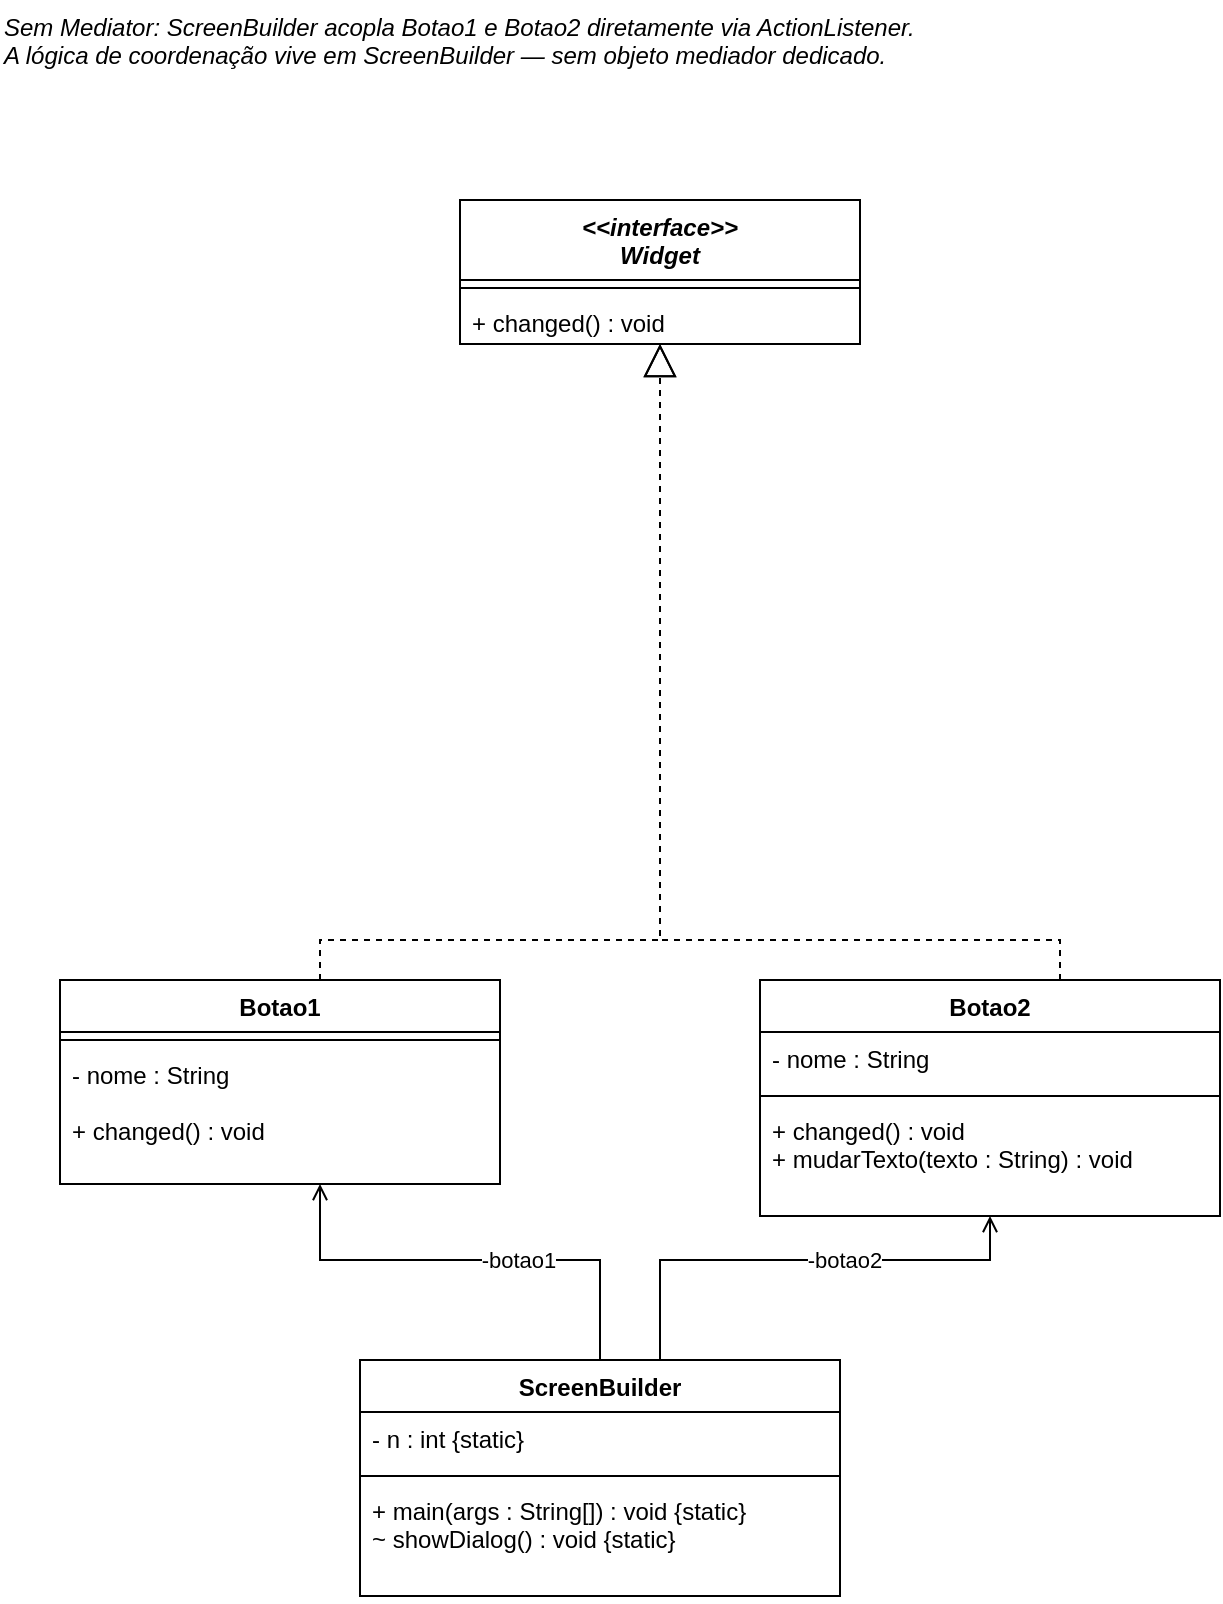
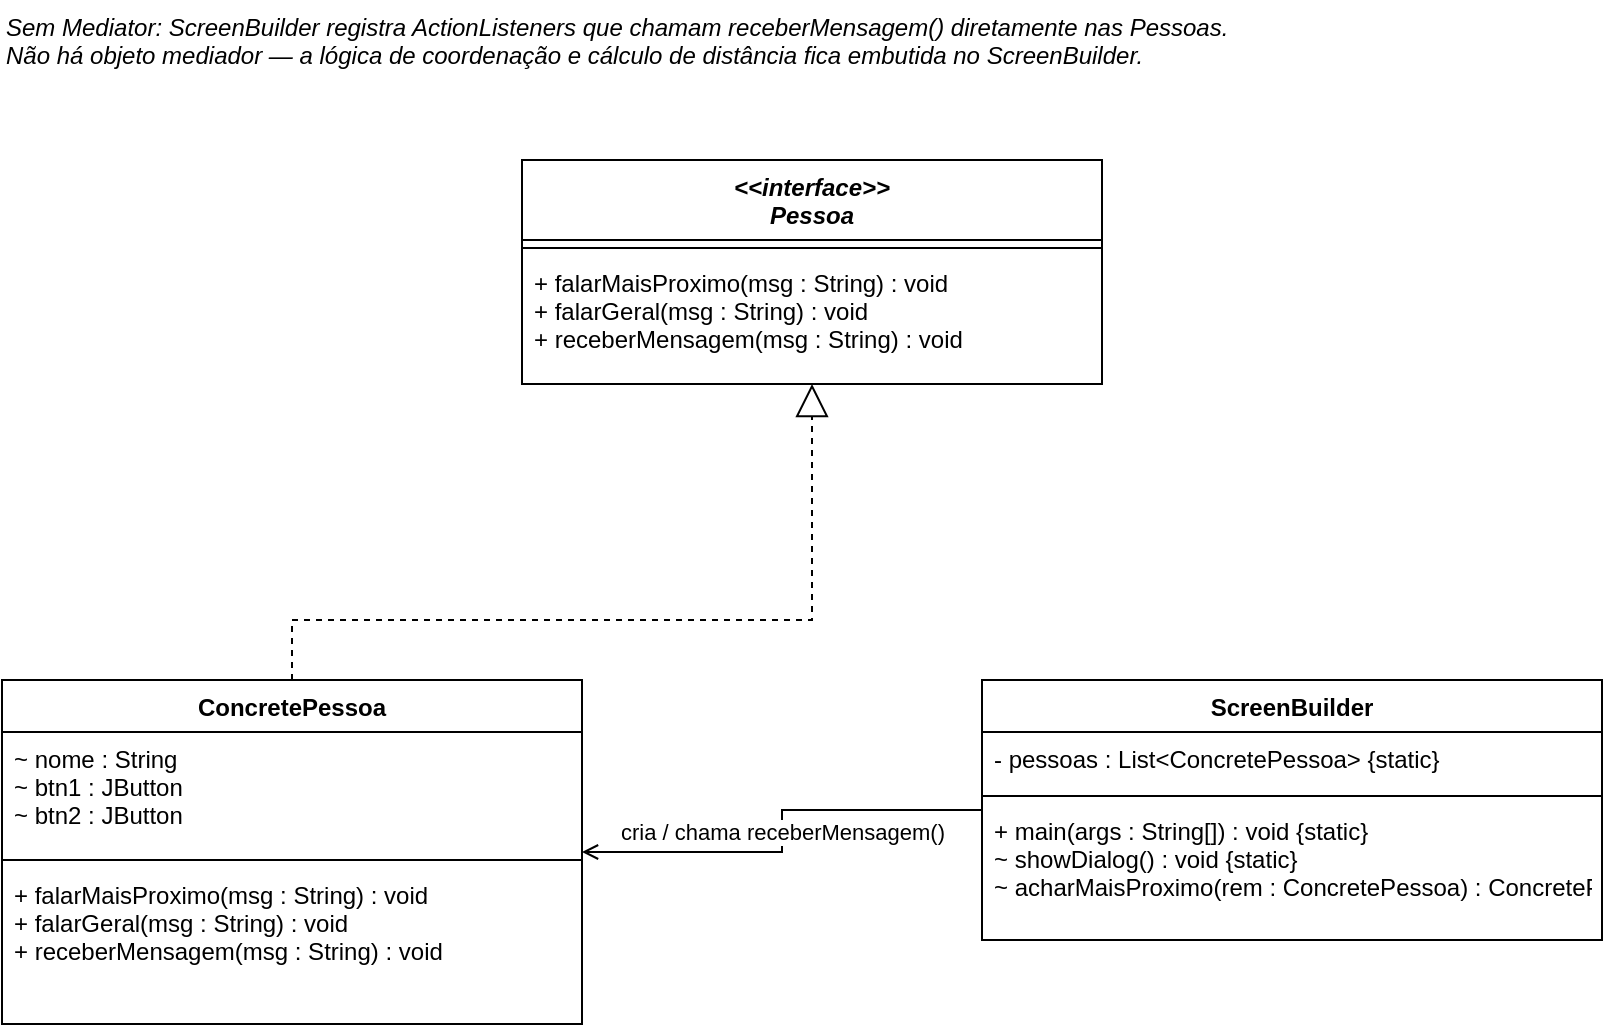
<mxfile host="app.diagrams.net">
  <diagram name="Classes-Sem-Mediator" id="classDiagSemMediator01">
    <mxGraphModel dx="1414" dy="825" grid="1" gridSize="10" guides="1" tooltips="1" connect="1" arrows="1" fold="1" page="1" pageScale="1" pageWidth="1169" pageHeight="827" math="0" shadow="0">
      <root>
        <mxCell id="0" />
        <mxCell id="1" parent="0" />
-         <mxCell id="t-note" parent="1" style="text;html=1;align=left;verticalAlign=top;whiteSpace=wrap;rounded=0;fontStyle=2;fontSize=12;" value="Sem Mediator: ScreenBuilder acopla Botao1 e Botao2 diretamente via ActionListener.&#xa;A lógica de coordenação vive em ScreenBuilder — sem objeto mediador dedicado." vertex="1">
-           <mxGeometry height="50" width="580" x="540" y="20" as="geometry" />
+ 
+         <mxCell id="t-note" parent="1" style="text;html=1;align=left;verticalAlign=top;whiteSpace=wrap;rounded=0;fontStyle=2;fontSize=12;" value="Sem Mediator: ScreenBuilder registra ActionListeners que chamam receberMensagem() diretamente nas Pessoas.&#xa;Não há objeto mediador — a lógica de coordenação e cálculo de distância fica embutida no ScreenBuilder." vertex="1">
+           <mxGeometry height="50" width="640" x="80" y="20" as="geometry" />
        </mxCell>
-         <mxCell id="c-widget" parent="1" style="swimlane;fontStyle=1;align=center;verticalAlign=top;childLayout=stackLayout;horizontal=1;startSize=40;horizontalStack=0;resizeParent=1;resizeParentMax=0;resizeLast=0;collapsible=1;marginBottom=0;swimlaneFillColor=#ffffff;fontStyle=3;" value="&lt;&lt;interface&gt;&gt;&#xa;Widget" vertex="1">
-           <mxGeometry height="72" width="200" x="770" y="120" as="geometry" />
+ 
+         <!-- Pessoa interface -->
+         <mxCell id="c-pessoa" parent="1" style="swimlane;fontStyle=1;align=center;verticalAlign=top;childLayout=stackLayout;horizontal=1;startSize=40;horizontalStack=0;resizeParent=1;resizeParentMax=0;resizeLast=0;collapsible=1;marginBottom=0;swimlaneFillColor=#ffffff;fontStyle=3;" value="&lt;&lt;interface&gt;&gt;&#xa;Pessoa" vertex="1">
+           <mxGeometry height="112" width="290" x="340" y="100" as="geometry" />
        </mxCell>
-         <mxCell id="c-widget-attrs" parent="c-widget" style="line;strokeWidth=1;fillColor=none;align=left;verticalAlign=middle;spacingTop=-1;spacingLeft=3;spacingRight=3;rotatable=0;labelPosition=right;points=[];portConstraint=eastwest;" value="" vertex="1">
-           <mxGeometry height="8" width="200" y="40" as="geometry" />
+         <mxCell id="c-pessoa-line" parent="c-pessoa" style="line;strokeWidth=1;fillColor=none;align=left;verticalAlign=middle;spacingTop=-1;spacingLeft=3;spacingRight=3;rotatable=0;labelPosition=right;points=[];portConstraint=eastwest;" value="" vertex="1">
+           <mxGeometry height="8" width="290" y="40" as="geometry" />
        </mxCell>
-         <mxCell id="c-widget-m1" parent="c-widget" style="text;strokeColor=none;fillColor=none;align=left;verticalAlign=top;spacingLeft=4;spacingRight=4;overflow=hidden;rotatable=0;points=[[0,0.5],[1,0.5]];portConstraint=eastwest;" value="+ changed() : void" vertex="1">
-           <mxGeometry height="24" width="200" y="48" as="geometry" />
+         <mxCell id="c-pessoa-m" parent="c-pessoa" style="text;strokeColor=none;fillColor=none;align=left;verticalAlign=top;spacingLeft=4;spacingRight=4;overflow=hidden;rotatable=0;points=[[0,0.5],[1,0.5]];portConstraint=eastwest;" value="+ falarMaisProximo(msg : String) : void&#xa;+ falarGeral(msg : String) : void&#xa;+ receberMensagem(msg : String) : void" vertex="1">
+           <mxGeometry height="64" width="290" y="48" as="geometry" />
        </mxCell>
+ 
+         <!-- ConcretePessoa (sem director) -->
+         <mxCell id="c-cpessoa" parent="1" style="swimlane;fontStyle=1;align=center;verticalAlign=top;childLayout=stackLayout;horizontal=1;startSize=26;horizontalStack=0;resizeParent=1;resizeParentMax=0;resizeLast=0;collapsible=1;marginBottom=0;swimlaneFillColor=#ffffff;" value="ConcretePessoa" vertex="1">
+           <mxGeometry height="172" width="290" x="80" y="360" as="geometry" />
+         </mxCell>
+         <mxCell id="c-cpessoa-attrs" parent="c-cpessoa" style="text;strokeColor=none;fillColor=none;align=left;verticalAlign=top;spacingLeft=4;spacingRight=4;overflow=hidden;rotatable=0;points=[[0,0.5],[1,0.5]];portConstraint=eastwest;" value="~ nome : String&#xa;~ btn1 : JButton&#xa;~ btn2 : JButton" vertex="1">
+           <mxGeometry height="60" width="290" y="26" as="geometry" />
+         </mxCell>
+         <mxCell id="c-cpessoa-line" parent="c-cpessoa" style="line;strokeWidth=1;fillColor=none;align=left;verticalAlign=middle;spacingTop=-1;spacingLeft=3;spacingRight=3;rotatable=0;labelPosition=right;points=[];portConstraint=eastwest;" value="" vertex="1">
+           <mxGeometry height="8" width="290" y="86" as="geometry" />
+         </mxCell>
+         <mxCell id="c-cpessoa-m" parent="c-cpessoa" style="text;strokeColor=none;fillColor=none;align=left;verticalAlign=top;spacingLeft=4;spacingRight=4;overflow=hidden;rotatable=0;points=[[0,0.5],[1,0.5]];portConstraint=eastwest;" value="+ falarMaisProximo(msg : String) : void&#xa;+ falarGeral(msg : String) : void&#xa;+ receberMensagem(msg : String) : void" vertex="1">
+           <mxGeometry height="78" width="290" y="94" as="geometry" />
+         </mxCell>
+ 
+         <!-- ScreenBuilder -->
        <mxCell id="c-sb" parent="1" style="swimlane;fontStyle=1;align=center;verticalAlign=top;childLayout=stackLayout;horizontal=1;startSize=26;horizontalStack=0;resizeParent=1;resizeParentMax=0;resizeLast=0;collapsible=1;marginBottom=0;swimlaneFillColor=#ffffff;" value="ScreenBuilder" vertex="1">
-           <mxGeometry height="118" width="240" x="720" y="700" as="geometry" />
+           <mxGeometry height="130" width="310" x="570" y="360" as="geometry" />
        </mxCell>
-         <mxCell id="c-sb-attrs" parent="c-sb" style="text;strokeColor=none;fillColor=none;align=left;verticalAlign=top;spacingLeft=4;spacingRight=4;overflow=hidden;rotatable=0;points=[[0,0.5],[1,0.5]];portConstraint=eastwest;" value="- n : int {static}" vertex="1">
-           <mxGeometry height="28" width="240" y="26" as="geometry" />
+         <mxCell id="c-sb-attrs" parent="c-sb" style="text;strokeColor=none;fillColor=none;align=left;verticalAlign=top;spacingLeft=4;spacingRight=4;overflow=hidden;rotatable=0;points=[[0,0.5],[1,0.5]];portConstraint=eastwest;" value="- pessoas : List&lt;ConcretePessoa&gt; {static}" vertex="1">
+           <mxGeometry height="28" width="310" y="26" as="geometry" />
        </mxCell>
        <mxCell id="c-sb-line" parent="c-sb" style="line;strokeWidth=1;fillColor=none;align=left;verticalAlign=middle;spacingTop=-1;spacingLeft=3;spacingRight=3;rotatable=0;labelPosition=right;points=[];portConstraint=eastwest;" value="" vertex="1">
-           <mxGeometry height="8" width="240" y="54" as="geometry" />
+           <mxGeometry height="8" width="310" y="54" as="geometry" />
        </mxCell>
-         <mxCell id="c-sb-m" parent="c-sb" style="text;strokeColor=none;fillColor=none;align=left;verticalAlign=top;spacingLeft=4;spacingRight=4;overflow=hidden;rotatable=0;points=[[0,0.5],[1,0.5]];portConstraint=eastwest;" value="+ main(args : String[]) : void {static}&#xa;~ showDialog() : void {static}" vertex="1">
-           <mxGeometry height="56" width="240" y="62" as="geometry" />
+         <mxCell id="c-sb-m" parent="c-sb" style="text;strokeColor=none;fillColor=none;align=left;verticalAlign=top;spacingLeft=4;spacingRight=4;overflow=hidden;rotatable=0;points=[[0,0.5],[1,0.5]];portConstraint=eastwest;" value="+ main(args : String[]) : void {static}&#xa;~ showDialog() : void {static}&#xa;~ acharMaisProximo(rem : ConcretePessoa) : ConcretePessoa {static}" vertex="1">
+           <mxGeometry height="68" width="310" y="62" as="geometry" />
        </mxCell>
-         <mxCell id="c-botao1" parent="1" style="swimlane;fontStyle=1;align=center;verticalAlign=top;childLayout=stackLayout;horizontal=1;startSize=26;horizontalStack=0;resizeParent=1;resizeParentMax=0;resizeLast=0;collapsible=1;marginBottom=0;swimlaneFillColor=#ffffff;" value="Botao1" vertex="1">
-           <mxGeometry height="102" width="220" x="570" y="510" as="geometry" />
-         </mxCell>
-         <mxCell id="c-botao1-line" parent="c-botao1" style="line;strokeWidth=1;fillColor=none;align=left;verticalAlign=middle;spacingTop=-1;spacingLeft=3;spacingRight=3;rotatable=0;labelPosition=right;points=[];portConstraint=eastwest;" value="" vertex="1">
-           <mxGeometry height="8" width="220" y="26" as="geometry" />
-         </mxCell>
-         <mxCell id="c-botao1-attrs" parent="c-botao1" style="text;strokeColor=none;fillColor=none;align=left;verticalAlign=top;spacingLeft=4;spacingRight=4;overflow=hidden;rotatable=0;points=[[0,0.5],[1,0.5]];portConstraint=eastwest;" value="- nome : String" vertex="1">
-           <mxGeometry height="28" width="220" y="34" as="geometry" />
-         </mxCell>
-         <mxCell id="c-botao1-m" parent="c-botao1" style="text;strokeColor=none;fillColor=none;align=left;verticalAlign=top;spacingLeft=4;spacingRight=4;overflow=hidden;rotatable=0;points=[[0,0.5],[1,0.5]];portConstraint=eastwest;" value="+ changed() : void" vertex="1">
-           <mxGeometry height="40" width="220" y="62" as="geometry" />
-         </mxCell>
-         <mxCell id="c-botao2" parent="1" style="swimlane;fontStyle=1;align=center;verticalAlign=top;childLayout=stackLayout;horizontal=1;startSize=26;horizontalStack=0;resizeParent=1;resizeParentMax=0;resizeLast=0;collapsible=1;marginBottom=0;swimlaneFillColor=#ffffff;" value="Botao2" vertex="1">
-           <mxGeometry height="118" width="230" x="920" y="510" as="geometry" />
-         </mxCell>
-         <mxCell id="c-botao2-attrs" parent="c-botao2" style="text;strokeColor=none;fillColor=none;align=left;verticalAlign=top;spacingLeft=4;spacingRight=4;overflow=hidden;rotatable=0;points=[[0,0.5],[1,0.5]];portConstraint=eastwest;" value="- nome : String" vertex="1">
-           <mxGeometry height="28" width="230" y="26" as="geometry" />
-         </mxCell>
-         <mxCell id="c-botao2-line" parent="c-botao2" style="line;strokeWidth=1;fillColor=none;align=left;verticalAlign=middle;spacingTop=-1;spacingLeft=3;spacingRight=3;rotatable=0;labelPosition=right;points=[];portConstraint=eastwest;" value="" vertex="1">
-           <mxGeometry height="8" width="230" y="54" as="geometry" />
-         </mxCell>
-         <mxCell id="c-botao2-m" parent="c-botao2" style="text;strokeColor=none;fillColor=none;align=left;verticalAlign=top;spacingLeft=4;spacingRight=4;overflow=hidden;rotatable=0;points=[[0,0.5],[1,0.5]];portConstraint=eastwest;" value="+ changed() : void&#xa;+ mudarTexto(texto : String) : void" vertex="1">
-           <mxGeometry height="56" width="230" y="62" as="geometry" />
-         </mxCell>
-         <mxCell id="r-real-botao1" edge="1" parent="1" source="c-botao1" style="endArrow=block;endFill=0;endSize=14;dashed=1;html=1;rounded=0;edgeStyle=orthogonalEdgeStyle;" target="c-widget" value="">
+ 
+         <!-- ConcretePessoa -.-> Pessoa (implements) -->
+         <mxCell id="r-impl" edge="1" parent="1" source="c-cpessoa" target="c-pessoa" style="endArrow=block;endFill=0;endSize=14;dashed=1;html=1;rounded=0;edgeStyle=orthogonalEdgeStyle;" value="">
          <mxGeometry relative="1" as="geometry">
            <Array as="points">
-               <mxPoint x="700" y="490" />
-               <mxPoint x="870" y="490" />
+               <mxPoint x="225" y="330" />
+               <mxPoint x="485" y="330" />
+               <mxPoint x="485" y="212" />
            </Array>
          </mxGeometry>
        </mxCell>
-         <mxCell id="r-real-botao2" edge="1" parent="1" source="c-botao2" style="endArrow=block;endFill=0;endSize=14;dashed=1;html=1;rounded=0;edgeStyle=orthogonalEdgeStyle;" target="c-widget" value="">
-           <mxGeometry relative="1" as="geometry">
-             <Array as="points">
-               <mxPoint x="1070" y="490" />
-               <mxPoint x="870" y="490" />
-             </Array>
-           </mxGeometry>
-         </mxCell>
-         <mxCell id="r-assoc-sb-botao1" edge="1" parent="1" source="c-sb" style="endArrow=open;endFill=1;html=1;rounded=0;edgeStyle=orthogonalEdgeStyle;startArrow=none;fontSize=11;" target="c-botao1" value="-botao1">
-           <mxGeometry relative="1" x="-0.2" as="geometry">
-             <Array as="points">
-               <mxPoint x="840" y="650" />
-               <mxPoint x="700" y="650" />
-             </Array>
-           </mxGeometry>
-         </mxCell>
-         <mxCell id="r-assoc-sb-botao2" edge="1" parent="1" source="c-sb" style="endArrow=open;endFill=1;html=1;rounded=0;edgeStyle=orthogonalEdgeStyle;startArrow=none;fontSize=11;" target="c-botao2" value="-botao2">
-           <mxGeometry relative="1" x="0.2" as="geometry">
-             <Array as="points">
-               <mxPoint x="870" y="650" />
-               <mxPoint x="1035" y="650" />
-             </Array>
-           </mxGeometry>
+ 
+         <!-- ScreenBuilder -cria/usa-> ConcretePessoa -->
+         <mxCell id="r-sb-cp" edge="1" parent="1" source="c-sb" target="c-cpessoa" style="endArrow=open;endFill=1;html=1;rounded=0;edgeStyle=orthogonalEdgeStyle;startArrow=none;fontSize=11;" value="cria / chama receberMensagem()">
+           <mxGeometry relative="1" as="geometry" />
        </mxCell>
      </root>
    </mxGraphModel>
  </diagram>
</mxfile>
